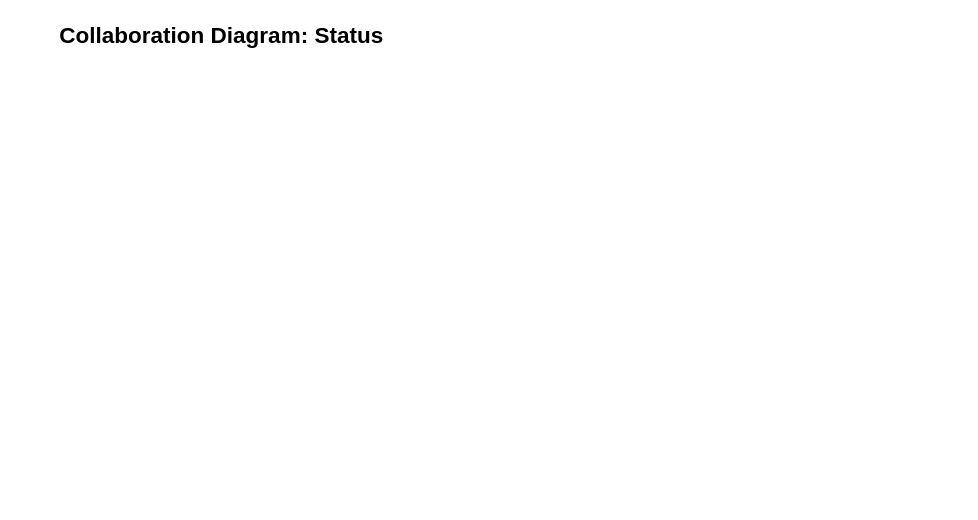
Above: page "Status" (3 of 3) of Collaboration Diagram.drawio in astrrr/Right-posture (draw.io), before the change. Source tidied: cells renumbered, new cells numbered last; positions are measured from the earlier drawing's top-left corner, leaving out a move shared by most shapes. Both pictures are drawn from the tidied source at 125%, with x=0, y=0 at pixel (21, 22).
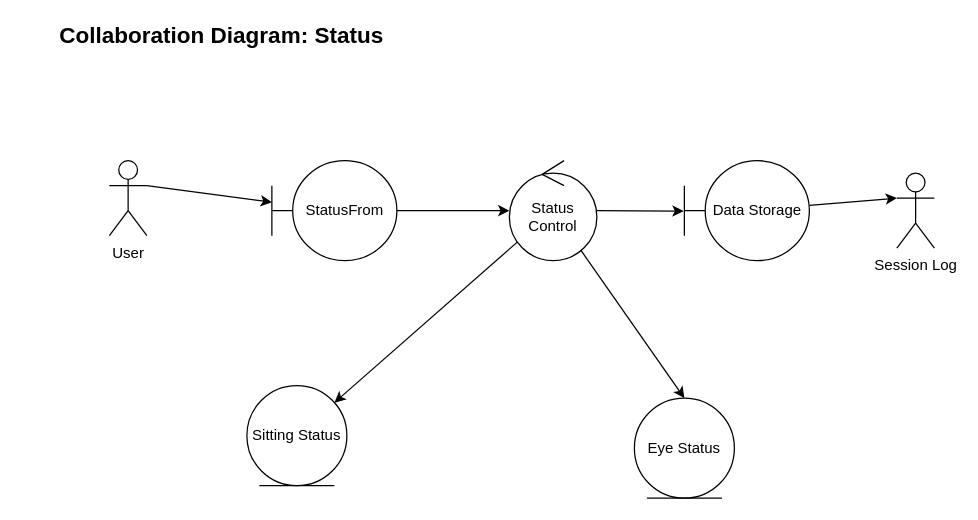
Above is the later version.

Commit message:
add session log

What changed in the source:
```diff
@@
 <mxGraphModel>
   <root>
     <mxCell id="0" />
     <mxCell id="1" parent="0" />
     <mxCell id="2" value="&lt;b&gt;&lt;font style=&quot;font-size: 18px&quot;&gt;Collaboration Diagram: Status&lt;br&gt;&lt;/font&gt;&lt;/b&gt;" style="text;html=1;strokeColor=none;fillColor=none;align=center;verticalAlign=middle;whiteSpace=wrap;rounded=0;" parent="1" vertex="1">
       <mxGeometry width="320" height="20" as="geometry" />
     </mxCell>
+    <mxCell id="3" style="edgeStyle=none;rounded=0;jettySize=auto;html=1;exitX=1;exitY=0.3333333333333333;exitDx=0;exitDy=0;exitPerimeter=0;" parent="1" edge="1" source="4" target="6">
+      <mxGeometry relative="1" as="geometry" />
+    </mxCell>
+    <mxCell id="4" value="User" style="shape=umlActor;verticalLabelPosition=bottom;verticalAlign=top;html=1;" parent="1" vertex="1">
+      <mxGeometry x="70" y="110" width="30" height="60" as="geometry" />
+    </mxCell>
+    <mxCell id="5" style="edgeStyle=orthogonalEdgeStyle;rounded=0;jettySize=auto;html=1;" parent="1" edge="1" source="6" target="10">
+      <mxGeometry relative="1" as="geometry" />
+    </mxCell>
+    <mxCell id="6" value="StatusFrom" style="shape=umlBoundary;whiteSpace=wrap;html=1;" parent="1" vertex="1">
+      <mxGeometry x="200" y="110" width="100" height="80" as="geometry" />
+    </mxCell>
+    <mxCell id="7" style="rounded=0;jettySize=auto;html=1;" parent="1" edge="1" source="10" target="11">
+      <mxGeometry relative="1" as="geometry" />
+    </mxCell>
+    <mxCell id="8" style="edgeStyle=none;rounded=0;jettySize=auto;html=1;entryX=0.5;entryY=0;entryDx=0;entryDy=0;" parent="1" edge="1" source="10" target="12">
+      <mxGeometry relative="1" as="geometry" />
+    </mxCell>
+    <mxCell id="9" style="edgeStyle=none;rounded=0;jettySize=auto;html=1;entryX=-0.006;entryY=0.505;entryDx=0;entryDy=0;entryPerimeter=0;" parent="1" edge="1" source="10" target="14">
+      <mxGeometry relative="1" as="geometry" />
+    </mxCell>
+    <mxCell id="10" value="Status&lt;br&gt;Control" style="ellipse;shape=umlControl;whiteSpace=wrap;html=1;" parent="1" vertex="1">
+      <mxGeometry x="390" y="110" width="70" height="80" as="geometry" />
+    </mxCell>
+    <mxCell id="11" value="Sitting Status" style="ellipse;shape=umlEntity;whiteSpace=wrap;html=1;" parent="1" vertex="1">
+      <mxGeometry x="180" y="290" width="80" height="80" as="geometry" />
+    </mxCell>
+    <mxCell id="12" value="Eye Status" style="ellipse;shape=umlEntity;whiteSpace=wrap;html=1;" parent="1" vertex="1">
+      <mxGeometry x="490" y="300" width="80" height="80" as="geometry" />
+    </mxCell>
+    <mxCell id="13" style="edgeStyle=none;rounded=0;jettySize=auto;html=1;entryX=0;entryY=0.3333333333333333;entryDx=0;entryDy=0;entryPerimeter=0;" parent="1" edge="1" source="14" target="15">
+      <mxGeometry relative="1" as="geometry" />
+    </mxCell>
+    <mxCell id="14" value="Data Storage" style="shape=umlBoundary;whiteSpace=wrap;html=1;" parent="1" vertex="1">
+      <mxGeometry x="530" y="110" width="100" height="80" as="geometry" />
+    </mxCell>
+    <mxCell id="15" value="&lt;span&gt;Session Log&lt;/span&gt;" style="shape=umlActor;verticalLabelPosition=bottom;verticalAlign=top;html=1;" parent="1" vertex="1">
+      <mxGeometry x="700" y="120" width="30" height="60" as="geometry" />
+    </mxCell>
   </root>
 </mxGraphModel>
```
